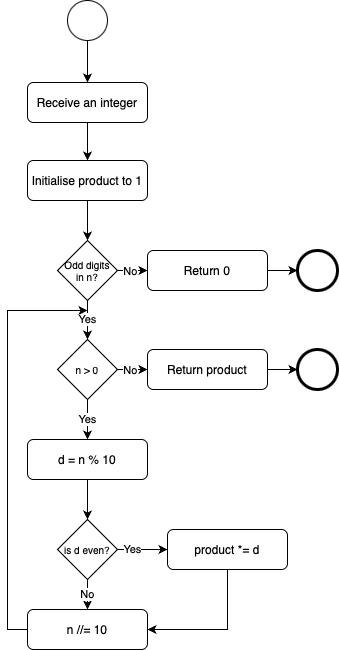
The draw.io diagram data/human_eval/p131/bpmn/l3.drawio.png in carlodenardin/svlm, before a commit. Source tidied: cells renumbered, new cells last; positions are measured from the earlier drawing's top-left corner, leaving out a move shared by most shapes. Its diagram source:
```xml
<mxGraphModel background="#ffffff">
  <root>
    <mxCell id="0" />
    <mxCell id="1" parent="0" />
    <mxCell id="2" style="edgeStyle=orthogonalEdgeStyle;rounded=0;jettySize=auto;html=1;exitX=0.5;exitY=1;exitDx=0;exitDy=0;entryX=0.5;entryY=0;entryDx=0;entryDy=0;" parent="1" edge="1" source="3" target="5">
      <mxGeometry relative="1" as="geometry" />
    </mxCell>
    <mxCell id="3" style="ellipse;whiteSpace=wrap;html=1;" parent="1" vertex="1">
      <mxGeometry x="60" width="40" height="40" as="geometry" />
    </mxCell>
    <mxCell id="4" style="edgeStyle=orthogonalEdgeStyle;rounded=0;jettySize=auto;html=1;exitX=0.5;exitY=1;exitDx=0;exitDy=0;entryX=0.5;entryY=0;entryDx=0;entryDy=0;" parent="1" edge="1" source="5" target="17">
      <mxGeometry relative="1" as="geometry" />
    </mxCell>
    <mxCell id="5" value="Receive an integer" style="rounded=1;whiteSpace=wrap;html=1;" parent="1" vertex="1">
      <mxGeometry x="20" y="82" width="120" height="40" as="geometry" />
    </mxCell>
    <mxCell id="6" value="Yes" style="edgeStyle=orthogonalEdgeStyle;rounded=0;jettySize=auto;html=1;exitX=0.5;exitY=1;exitDx=0;exitDy=0;entryX=0.5;entryY=0;entryDx=0;entryDy=0;" parent="1" edge="1" source="18" target="12">
      <mxGeometry relative="1" as="geometry" />
    </mxCell>
    <mxCell id="7" value="Yes" style="edgeStyle=orthogonalEdgeStyle;rounded=0;jettySize=auto;html=1;exitX=0.5;exitY=1;exitDx=0;exitDy=0;entryX=0.5;entryY=0;entryDx=0;entryDy=0;" parent="1" edge="1" source="10" target="18">
      <mxGeometry x="-0.01" relative="1" as="geometry" />
    </mxCell>
    <mxCell id="8" style="edgeStyle=orthogonalEdgeStyle;rounded=0;jettySize=auto;html=1;exitX=1;exitY=0.5;exitDx=0;exitDy=0;entryX=0;entryY=0.5;entryDx=0;entryDy=0;" parent="1" edge="1" source="10" target="15">
      <mxGeometry relative="1" as="geometry" />
    </mxCell>
    <mxCell id="9" value="No" style="edgeLabel;html=1;align=center;verticalAlign=middle;" parent="8" vertex="1">
      <mxGeometry x="-0.76" relative="1" as="geometry">
        <mxPoint x="8" as="offset" />
      </mxGeometry>
    </mxCell>
    <mxCell id="10" value="Odd digits&lt;div&gt;in n?&lt;/div&gt;" style="rhombus;whiteSpace=wrap;html=1;fontSize=10;" parent="1" vertex="1">
      <mxGeometry x="50" y="240" width="60" height="60" as="geometry" />
    </mxCell>
    <mxCell id="11" style="edgeStyle=orthogonalEdgeStyle;rounded=0;jettySize=auto;html=1;exitX=0.5;exitY=1;exitDx=0;exitDy=0;entryX=0.5;entryY=0;entryDx=0;entryDy=0;" parent="1" edge="1" source="12" target="22">
      <mxGeometry relative="1" as="geometry" />
    </mxCell>
    <mxCell id="12" value="d = n % 10" style="rounded=1;whiteSpace=wrap;html=1;" parent="1" vertex="1">
      <mxGeometry x="20" y="439" width="120" height="40" as="geometry" />
    </mxCell>
    <mxCell id="13" style="ellipse;whiteSpace=wrap;html=1;strokeWidth=3;" parent="1" vertex="1">
      <mxGeometry x="290" y="250" width="40" height="40" as="geometry" />
    </mxCell>
    <mxCell id="14" style="edgeStyle=orthogonalEdgeStyle;rounded=0;jettySize=auto;html=1;exitX=1;exitY=0.5;exitDx=0;exitDy=0;entryX=0;entryY=0.5;entryDx=0;entryDy=0;" parent="1" edge="1" source="15" target="13">
      <mxGeometry relative="1" as="geometry" />
    </mxCell>
    <mxCell id="15" value="Return 0" style="rounded=1;whiteSpace=wrap;html=1;" parent="1" vertex="1">
      <mxGeometry x="140" y="250" width="120" height="40" as="geometry" />
    </mxCell>
    <mxCell id="16" style="edgeStyle=orthogonalEdgeStyle;rounded=0;jettySize=auto;html=1;exitX=0.5;exitY=1;exitDx=0;exitDy=0;entryX=0.5;entryY=0;entryDx=0;entryDy=0;" parent="1" edge="1" source="17" target="10">
      <mxGeometry relative="1" as="geometry" />
    </mxCell>
    <mxCell id="17" value="Initialise product to 1" style="rounded=1;whiteSpace=wrap;html=1;" parent="1" vertex="1">
      <mxGeometry x="20" y="160" width="120" height="40" as="geometry" />
    </mxCell>
    <mxCell id="18" value="n &amp;gt; 0" style="rhombus;whiteSpace=wrap;html=1;fontSize=10;" parent="1" vertex="1">
      <mxGeometry x="50" y="339" width="60" height="60" as="geometry" />
    </mxCell>
    <mxCell id="19" style="edgeStyle=orthogonalEdgeStyle;rounded=0;jettySize=auto;html=1;exitX=1;exitY=0.5;exitDx=0;exitDy=0;entryX=0;entryY=0.5;entryDx=0;entryDy=0;" parent="1" edge="1" source="22" target="24">
      <mxGeometry relative="1" as="geometry" />
    </mxCell>
    <mxCell id="20" value="Yes" style="edgeLabel;html=1;align=center;verticalAlign=middle;" parent="19" vertex="1">
      <mxGeometry x="-0.44" y="1" relative="1" as="geometry" />
    </mxCell>
    <mxCell id="21" value="No" style="edgeStyle=orthogonalEdgeStyle;rounded=0;jettySize=auto;html=1;exitX=0.5;exitY=1;exitDx=0;exitDy=0;entryX=0.5;entryY=0;entryDx=0;entryDy=0;" parent="1" edge="1" source="22" target="31">
      <mxGeometry relative="1" as="geometry" />
    </mxCell>
    <mxCell id="22" value="is d even?" style="rhombus;whiteSpace=wrap;html=1;fontSize=10;" parent="1" vertex="1">
      <mxGeometry x="50" y="519" width="60" height="60" as="geometry" />
    </mxCell>
    <mxCell id="23" style="edgeStyle=orthogonalEdgeStyle;rounded=0;jettySize=auto;html=1;exitX=0.5;exitY=1;exitDx=0;exitDy=0;entryX=1;entryY=0.5;entryDx=0;entryDy=0;" parent="1" edge="1" source="24" target="31">
      <mxGeometry relative="1" as="geometry" />
    </mxCell>
    <mxCell id="24" value="product *= d" style="rounded=1;whiteSpace=wrap;html=1;" parent="1" vertex="1">
      <mxGeometry x="160" y="529" width="120" height="40" as="geometry" />
    </mxCell>
    <mxCell id="25" style="edgeStyle=orthogonalEdgeStyle;rounded=0;jettySize=auto;html=1;entryX=0;entryY=0.5;entryDx=0;entryDy=0;exitX=1;exitY=0.5;exitDx=0;exitDy=0;" parent="1" edge="1" source="18" target="29">
      <mxGeometry relative="1" as="geometry" />
    </mxCell>
    <mxCell id="26" value="No" style="edgeLabel;html=1;align=center;verticalAlign=middle;" parent="25" vertex="1">
      <mxGeometry x="-0.76" relative="1" as="geometry">
        <mxPoint x="8" as="offset" />
      </mxGeometry>
    </mxCell>
    <mxCell id="27" style="ellipse;whiteSpace=wrap;html=1;strokeWidth=3;" parent="1" vertex="1">
      <mxGeometry x="290" y="349" width="40" height="40" as="geometry" />
    </mxCell>
    <mxCell id="28" style="edgeStyle=orthogonalEdgeStyle;rounded=0;jettySize=auto;html=1;exitX=1;exitY=0.5;exitDx=0;exitDy=0;entryX=0;entryY=0.5;entryDx=0;entryDy=0;" parent="1" edge="1" source="29" target="27">
      <mxGeometry relative="1" as="geometry" />
    </mxCell>
    <mxCell id="29" value="Return product" style="rounded=1;whiteSpace=wrap;html=1;" parent="1" vertex="1">
      <mxGeometry x="140" y="349" width="120" height="40" as="geometry" />
    </mxCell>
    <mxCell id="30" style="edgeStyle=orthogonalEdgeStyle;rounded=0;jettySize=auto;html=1;exitX=0;exitY=0.5;exitDx=0;exitDy=0;" parent="1" edge="1" source="31">
      <mxGeometry relative="1" as="geometry">
        <mxPoint x="80" y="310" as="targetPoint" />
        <Array as="points">
          <mxPoint y="629" />
          <mxPoint y="310" />
        </Array>
      </mxGeometry>
    </mxCell>
    <mxCell id="31" value="n //= 10" style="rounded=1;whiteSpace=wrap;html=1;" parent="1" vertex="1">
      <mxGeometry x="20" y="609" width="120" height="40" as="geometry" />
    </mxCell>
  </root>
</mxGraphModel>
```
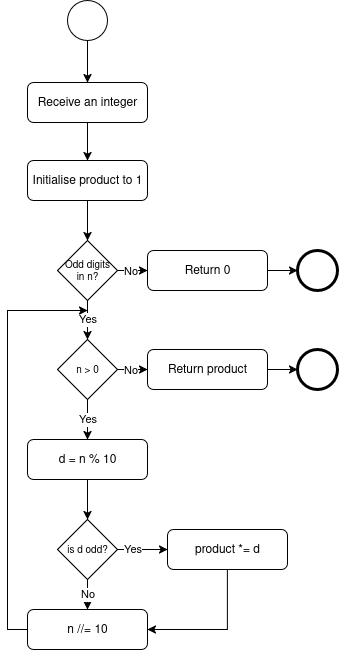
The same file after the commit.

Change to the diagram source:
```diff
@@ -23,17 +23,17 @@
     <mxCell id="8" style="edgeStyle=orthogonalEdgeStyle;rounded=0;jettySize=auto;html=1;exitX=1;exitY=0.5;exitDx=0;exitDy=0;entryX=0;entryY=0.5;entryDx=0;entryDy=0;" parent="1" edge="1" source="10" target="15">
       <mxGeometry relative="1" as="geometry" />
     </mxCell>
-    <mxCell id="9" value="No" style="edgeLabel;html=1;align=center;verticalAlign=middle;" parent="8" vertex="1">
-      <mxGeometry x="-0.76" relative="1" as="geometry">
-        <mxPoint x="8" as="offset" />
-      </mxGeometry>
-    </mxCell>
+    <mxCell id="32" value="No" style="edgeLabel;html=1;align=center;verticalAlign=middle;" parent="8" vertex="1">
+      <mxGeometry x="-0.76" relative="1" as="geometry">
+        <mxPoint x="8" as="offset" />
+      </mxGeometry>
+    </mxCell>
     <mxCell id="10" value="Odd digits&lt;div&gt;in n?&lt;/div&gt;" style="rhombus;whiteSpace=wrap;html=1;fontSize=10;" parent="1" vertex="1">
       <mxGeometry x="50" y="240" width="60" height="60" as="geometry" />
     </mxCell>
-    <mxCell id="11" style="edgeStyle=orthogonalEdgeStyle;rounded=0;jettySize=auto;html=1;exitX=0.5;exitY=1;exitDx=0;exitDy=0;entryX=0.5;entryY=0;entryDx=0;entryDy=0;" parent="1" edge="1" source="12" target="22">
-      <mxGeometry relative="1" as="geometry" />
-    </mxCell>
+    <mxCell id="33" style="edgeStyle=orthogonalEdgeStyle;rounded=0;jettySize=auto;html=1;exitX=0.5;exitY=1;exitDx=0;exitDy=0;entryX=0.5;entryY=0;entryDx=0;entryDy=0;" parent="1" edge="1" source="12" target="35">
+      <mxGeometry relative="1" as="geometry" />
+    </mxCell>
     <mxCell id="12" value="d = n % 10" style="rounded=1;whiteSpace=wrap;html=1;" parent="1" vertex="1">
       <mxGeometry x="20" y="439" width="120" height="40" as="geometry" />
     </mxCell>
@@ -55,18 +55,18 @@
     <mxCell id="18" value="n &amp;gt; 0" style="rhombus;whiteSpace=wrap;html=1;fontSize=10;" parent="1" vertex="1">
       <mxGeometry x="50" y="339" width="60" height="60" as="geometry" />
     </mxCell>
-    <mxCell id="19" style="edgeStyle=orthogonalEdgeStyle;rounded=0;jettySize=auto;html=1;exitX=1;exitY=0.5;exitDx=0;exitDy=0;entryX=0;entryY=0.5;entryDx=0;entryDy=0;" parent="1" edge="1" source="22" target="24">
-      <mxGeometry relative="1" as="geometry" />
-    </mxCell>
+    <mxCell id="34" style="edgeStyle=orthogonalEdgeStyle;rounded=0;jettySize=auto;html=1;exitX=1;exitY=0.5;exitDx=0;exitDy=0;entryX=0;entryY=0.5;entryDx=0;entryDy=0;" parent="1" edge="1" source="35" target="24">
+      <mxGeometry relative="1" as="geometry" />
+    </mxCell>
-    <mxCell id="20" value="Yes" style="edgeLabel;html=1;align=center;verticalAlign=middle;" parent="19" vertex="1">
+    <mxCell id="20" value="Yes" style="edgeLabel;html=1;align=center;verticalAlign=middle;" parent="34" vertex="1">
       <mxGeometry x="-0.44" y="1" relative="1" as="geometry" />
     </mxCell>
-    <mxCell id="21" value="No" style="edgeStyle=orthogonalEdgeStyle;rounded=0;jettySize=auto;html=1;exitX=0.5;exitY=1;exitDx=0;exitDy=0;entryX=0.5;entryY=0;entryDx=0;entryDy=0;" parent="1" edge="1" source="22" target="31">
+    <mxCell id="21" value="No" style="edgeStyle=orthogonalEdgeStyle;rounded=0;jettySize=auto;html=1;exitX=0.5;exitY=1;exitDx=0;exitDy=0;entryX=0.5;entryY=0;entryDx=0;entryDy=0;" parent="1" edge="1" source="35" target="31">
       <mxGeometry relative="1" as="geometry" />
     </mxCell>
-    <mxCell id="22" value="is d even?" style="rhombus;whiteSpace=wrap;html=1;fontSize=10;" parent="1" vertex="1">
-      <mxGeometry x="50" y="519" width="60" height="60" as="geometry" />
-    </mxCell>
+    <mxCell id="35" value="is d odd?" style="rhombus;whiteSpace=wrap;html=1;fontSize=10;" parent="1" vertex="1">
+      <mxGeometry x="50" y="519" width="60" height="60" as="geometry" />
+    </mxCell>
     <mxCell id="23" style="edgeStyle=orthogonalEdgeStyle;rounded=0;jettySize=auto;html=1;exitX=0.5;exitY=1;exitDx=0;exitDy=0;entryX=1;entryY=0.5;entryDx=0;entryDy=0;" parent="1" edge="1" source="24" target="31">
       <mxGeometry relative="1" as="geometry" />
     </mxCell>
@@ -76,11 +76,11 @@
     <mxCell id="25" style="edgeStyle=orthogonalEdgeStyle;rounded=0;jettySize=auto;html=1;entryX=0;entryY=0.5;entryDx=0;entryDy=0;exitX=1;exitY=0.5;exitDx=0;exitDy=0;" parent="1" edge="1" source="18" target="29">
       <mxGeometry relative="1" as="geometry" />
     </mxCell>
-    <mxCell id="26" value="No" style="edgeLabel;html=1;align=center;verticalAlign=middle;" parent="25" vertex="1">
-      <mxGeometry x="-0.76" relative="1" as="geometry">
-        <mxPoint x="8" as="offset" />
-      </mxGeometry>
-    </mxCell>
+    <mxCell id="36" value="No" style="edgeLabel;html=1;align=center;verticalAlign=middle;" parent="25" vertex="1">
+      <mxGeometry x="-0.76" relative="1" as="geometry">
+        <mxPoint x="8" as="offset" />
+      </mxGeometry>
+    </mxCell>
     <mxCell id="27" style="ellipse;whiteSpace=wrap;html=1;strokeWidth=3;" parent="1" vertex="1">
       <mxGeometry x="290" y="349" width="40" height="40" as="geometry" />
     </mxCell>
@@ -90,15 +90,15 @@
     <mxCell id="29" value="Return product" style="rounded=1;whiteSpace=wrap;html=1;" parent="1" vertex="1">
       <mxGeometry x="140" y="349" width="120" height="40" as="geometry" />
     </mxCell>
-    <mxCell id="30" style="edgeStyle=orthogonalEdgeStyle;rounded=0;jettySize=auto;html=1;exitX=0;exitY=0.5;exitDx=0;exitDy=0;" parent="1" edge="1" source="31">
-      <mxGeometry relative="1" as="geometry">
-        <mxPoint x="80" y="310" as="targetPoint" />
-        <Array as="points">
-          <mxPoint y="629" />
-          <mxPoint y="310" />
-        </Array>
-      </mxGeometry>
-    </mxCell>
+    <mxCell id="37" style="edgeStyle=orthogonalEdgeStyle;rounded=0;jettySize=auto;html=1;exitX=0;exitY=0.5;exitDx=0;exitDy=0;" parent="1" edge="1" source="31">
+      <mxGeometry relative="1" as="geometry">
+        <mxPoint x="80" y="310" as="targetPoint" />
+        <Array as="points">
+          <mxPoint y="629" />
+          <mxPoint y="310" />
+        </Array>
+      </mxGeometry>
+    </mxCell>
     <mxCell id="31" value="n //= 10" style="rounded=1;whiteSpace=wrap;html=1;" parent="1" vertex="1">
       <mxGeometry x="20" y="609" width="120" height="40" as="geometry" />
     </mxCell>
```
